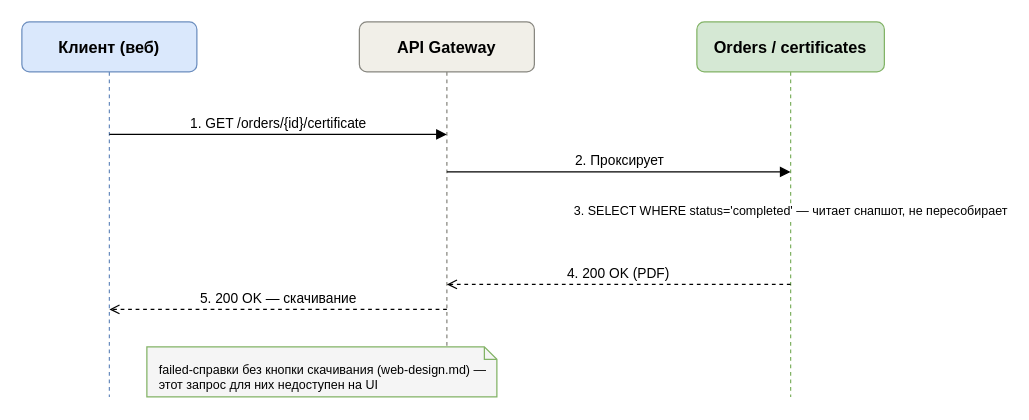
TFRunity/sto keeps this draw.io diagram as page "Sequence - Скачать справку" (1 of 2) of stuff/uml/sequence/sequence-download-certificate.drawio. Above is the earlier version. Source tidied: cells renumbered, new cells numbered last; positions are measured from the earlier drawing's top-left corner, leaving out a move shared by most shapes. Both pictures are drawn from the tidied source at 125%, with x=0, y=0 at pixel (21, 21).
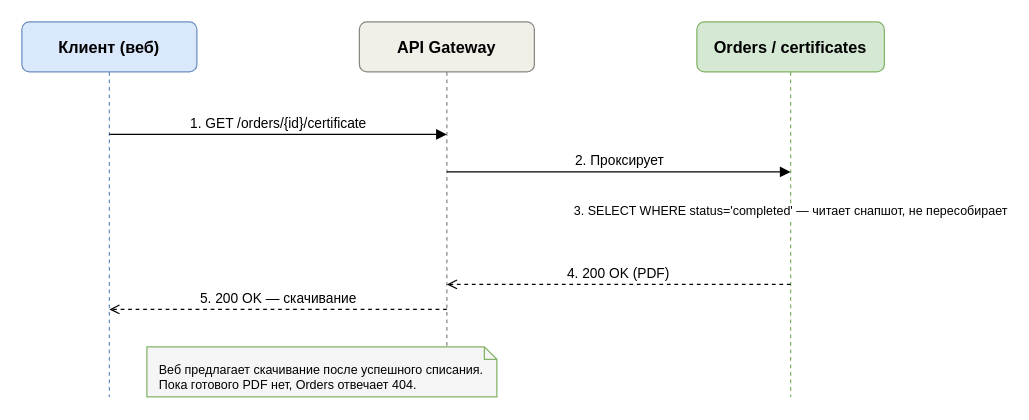
The same diagram, later.

Diff of the diagram source:
```diff
@@
-    <mxCell id="13" value="failed-справки без кнопки скачивания (web-design.md) —&#10;этот запрос для них недоступен на UI" style="shape=note;whiteSpace=wrap;html=1;fillColor=#f5f5f5;strokeColor=#82b366;align=left;verticalAlign=top;spacingLeft=8;spacingTop=6;fontSize=10;size=10;" parent="1" vertex="1">
+    <mxCell id="13" value="Веб предлагает скачивание после успешного списания.&lt;br&gt;Пока готового PDF нет, Orders отвечает 404." style="shape=note;whiteSpace=wrap;html=1;fillColor=#f5f5f5;strokeColor=#82b366;align=left;verticalAlign=top;spacingLeft=8;spacingTop=6;fontSize=10;size=10;" parent="1" vertex="1">
       <mxGeometry x="100" y="260" width="280" height="40" as="geometry" />
     </mxCell>
```
